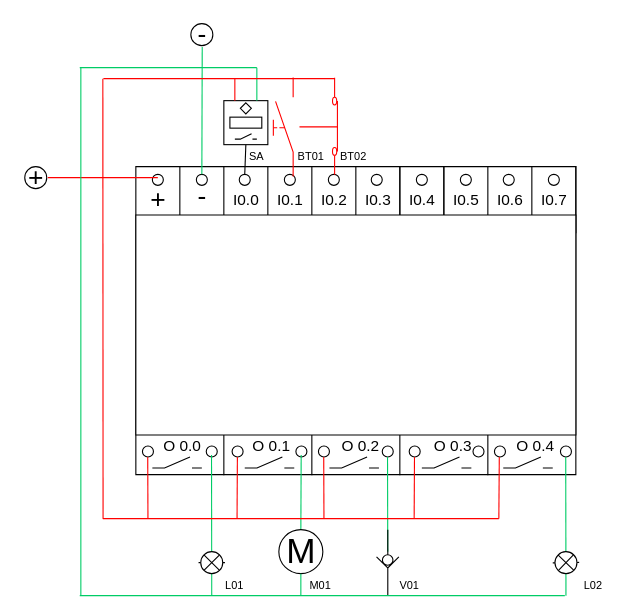
This is BottlingMachineDiagram.drawio from vittoria-thomasini/industrial-automation-plc, a draw.io file, before an edit. Source tidied: cells renumbered, new cells numbered last; positions are measured from the earlier drawing's top-left corner, leaving out a move shared by most shapes. Both pictures are drawn from the tidied source at 110%, with x=0, y=0 at pixel (19, 23).
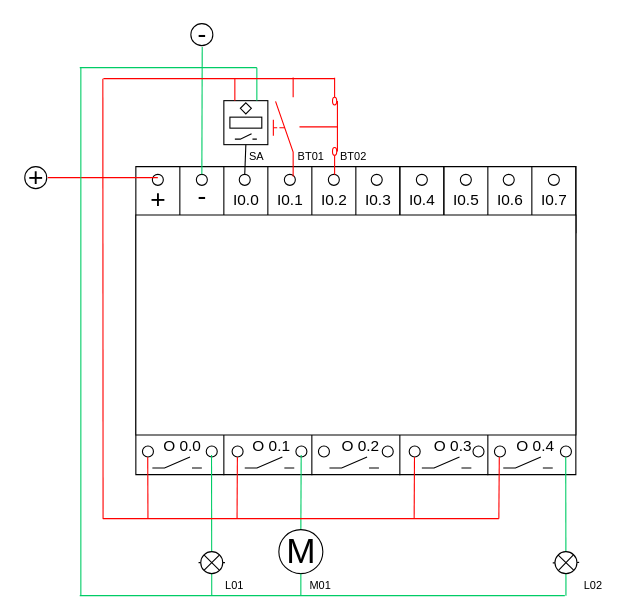
The same diagram, later.

What changed in the source:
```diff
@@
-    <mxCell id="61" style="endArrow=none;html=1;strokeColor=#FF0000;" parent="1" edge="1">
-      <mxGeometry relative="1" as="geometry">
-        <mxPoint x="277" y="450" as="sourcePoint" />
-        <mxPoint x="276.8" y="394" as="targetPoint" />
-      </mxGeometry>
-    </mxCell>
-    <mxCell id="62" style="endArrow=none;html=1;strokeColor=#00CC66;" parent="1" edge="1">
-      <mxGeometry relative="1" as="geometry">
-        <mxPoint x="335" y="480" as="sourcePoint" />
-        <mxPoint x="334.8" y="394" as="targetPoint" />
-      </mxGeometry>
-    </mxCell>
@@
-    <mxCell id="89" style="verticalLabelPosition=bottom;html=1;verticalAlign=top;strokeColor=#000000;fillColor=#000000;align=center;shape=mxgraph.fluid_power.x10700;" parent="1" vertex="1">
-      <mxGeometry x="324.8" y="460" width="20.3" height="60" as="geometry" />
-    </mxCell>
@@
-    <mxCell id="94" value="&lt;span style=&quot;font-size: 10px&quot;&gt;V01&lt;/span&gt;" style="text;html=1;strokeColor=none;fillColor=none;align=center;verticalAlign=middle;whiteSpace=wrap;rounded=0;" parent="1" vertex="1">
-      <mxGeometry x="335" y="500" width="40" height="20" as="geometry" />
-    </mxCell>
```
